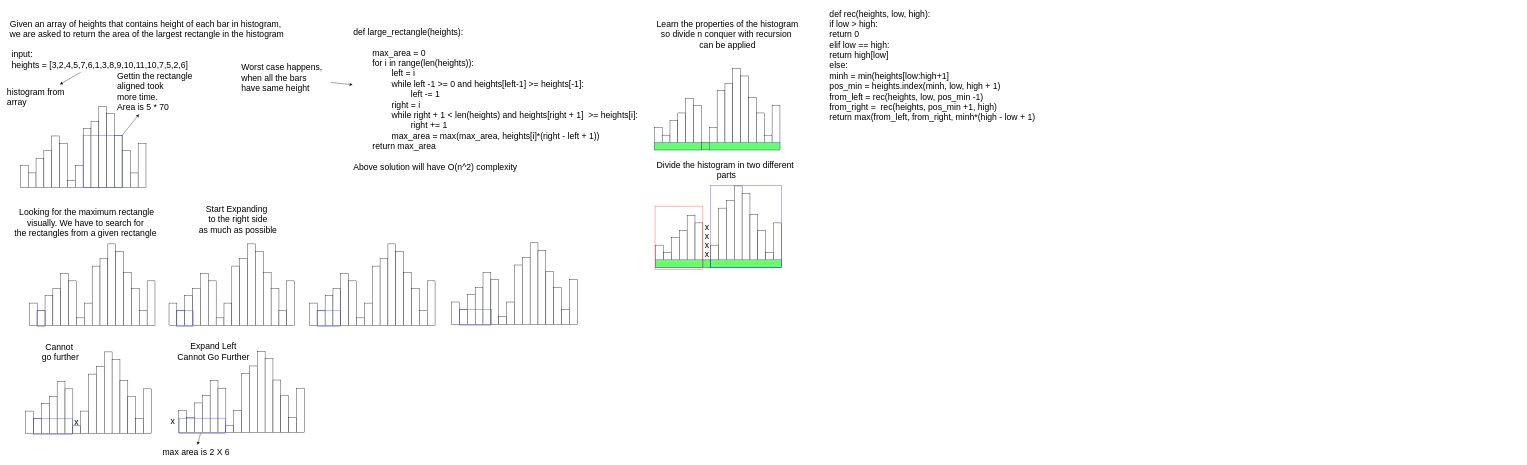
Earlier version of the draw.io diagram visualising_code/visualising_lrgRec_histogram.dio (Kamalabot/HowCompetitive). Source tidied: cells renumbered, new cells numbered last; positions are measured from the earlier drawing's top-left corner, leaving out a move shared by most shapes. Both pictures are drawn from the tidied source at 36%, with x=0, y=0 at pixel (6, 6).
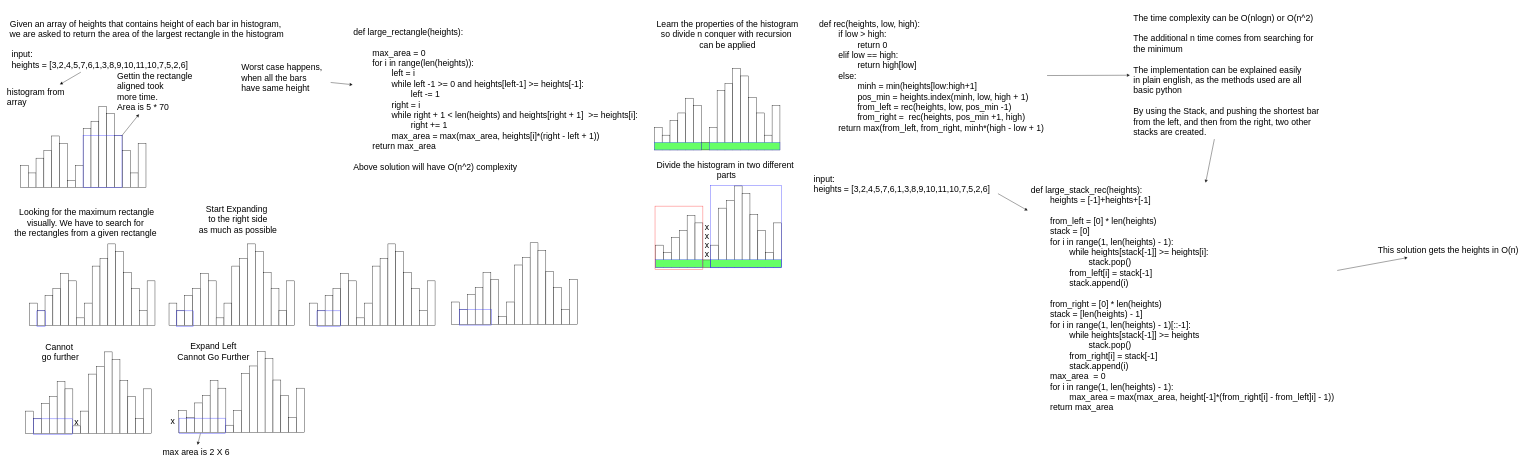
After the change.

Commit message:
completed 10 probs

Change to the diagram source:
```diff
@@
+    <mxCell id="192" style="edgeStyle=none;html=1;" parent="1" edge="1" source="191" target="194">
+      <mxGeometry relative="1" as="geometry" />
+    </mxCell>
-    <mxCell id="191" value="&lt;div style=&quot;text-align: left;&quot;&gt;&lt;span style=&quot;background-color: initial;&quot;&gt;def rec(heights, low, high):&lt;/span&gt;&lt;/div&gt;&lt;div style=&quot;text-align: left;&quot;&gt;&lt;span style=&quot;background-color: initial;&quot;&gt;&lt;span style=&quot;&quot;&gt;&#9;&lt;/span&gt;if low &amp;gt; high:&lt;/span&gt;&lt;/div&gt;&lt;div style=&quot;text-align: left;&quot;&gt;&lt;span style=&quot;background-color: initial;&quot;&gt;&lt;span style=&quot;&quot;&gt;&#9;&lt;/span&gt;&lt;span style=&quot;&quot;&gt;&#9;&lt;/span&gt;return 0&lt;br&gt;&lt;/span&gt;&lt;/div&gt;&lt;div style=&quot;text-align: left;&quot;&gt;&lt;span style=&quot;background-color: initial;&quot;&gt;&lt;span style=&quot;&quot;&gt;&#9;&lt;/span&gt;elif low == high:&lt;br&gt;&lt;/span&gt;&lt;/div&gt;&lt;div style=&quot;text-align: left;&quot;&gt;&lt;span style=&quot;background-color: initial;&quot;&gt;&lt;span style=&quot;&quot;&gt;&#9;&lt;/span&gt;&lt;span style=&quot;&quot;&gt;&#9;&lt;/span&gt;return high[low]&lt;br&gt;&lt;/span&gt;&lt;/div&gt;&lt;div style=&quot;text-align: left;&quot;&gt;&lt;span style=&quot;background-color: initial;&quot;&gt;&lt;span style=&quot;&quot;&gt;&#9;&lt;/span&gt;else:&lt;br&gt;&lt;/span&gt;&lt;/div&gt;&lt;div style=&quot;text-align: left;&quot;&gt;&lt;span style=&quot;background-color: initial;&quot;&gt;&lt;span style=&quot;&quot;&gt;&#9;&lt;/span&gt;&lt;span style=&quot;&quot;&gt;&#9;&lt;/span&gt;minh = min(heights[low:high+1]&lt;br&gt;&lt;/span&gt;&lt;/div&gt;&lt;div style=&quot;text-align: left;&quot;&gt;&lt;span style=&quot;background-color: initial;&quot;&gt;&lt;span style=&quot;&quot;&gt;&#9;&lt;/span&gt;&lt;span style=&quot;&quot;&gt;&#9;&lt;/span&gt;pos_min = heights.index(minh, low, high + 1)&lt;br&gt;&lt;/span&gt;&lt;/div&gt;&lt;div style=&quot;text-align: left;&quot;&gt;&lt;span style=&quot;background-color: initial;&quot;&gt;&lt;span style=&quot;&quot;&gt;&#9;&lt;/span&gt;&lt;span style=&quot;&quot;&gt;&#9;&lt;/span&gt;from_left = rec(heights, low, pos_min -1)&lt;br&gt;&lt;/span&gt;&lt;/div&gt;&lt;div style=&quot;text-align: left;&quot;&gt;&lt;span style=&quot;border-color: var(--border-color);&quot;&gt;&#9;&lt;/span&gt;&lt;span style=&quot;border-color: var(--border-color);&quot;&gt;&#9;&lt;/span&gt;from_right =&amp;nbsp; rec(heights, pos_min +1, high)&lt;span style=&quot;background-color: initial;&quot;&gt;&lt;br&gt;&lt;/span&gt;&lt;/div&gt;&lt;div style=&quot;text-align: left;&quot;&gt;&lt;span style=&quot;background-color: initial;&quot;&gt;return max(from_left, from_right, minh*(high - low + 1)&lt;/span&gt;&lt;/div&gt;" style="text;html=1;align=center;verticalAlign=middle;points=[];strokeColor=none;fillColor=none;fontSize=24;" parent="1" vertex="1">
-      <mxGeometry x="2277" width="590" height="329" as="geometry" />
+    <mxCell id="191" value="&lt;div style=&quot;text-align: left;&quot;&gt;&lt;span style=&quot;background-color: initial;&quot;&gt;def rec(heights, low, high):&lt;/span&gt;&lt;/div&gt;&lt;div style=&quot;text-align: left;&quot;&gt;&lt;span style=&quot;background-color: initial;&quot;&gt;&lt;span style=&quot;&quot;&gt;&#9;&lt;/span&gt;&lt;span style=&quot;white-space: pre;&quot;&gt;&#9;&lt;/span&gt;if low &amp;gt; high:&lt;/span&gt;&lt;/div&gt;&lt;div style=&quot;text-align: left;&quot;&gt;&lt;span style=&quot;background-color: initial;&quot;&gt;&lt;span style=&quot;&quot;&gt;&#9;&lt;/span&gt;&lt;span style=&quot;&quot;&gt;&#9;&lt;/span&gt;&lt;span style=&quot;white-space: pre;&quot;&gt;&#9;&lt;/span&gt;&lt;span style=&quot;white-space: pre;&quot;&gt;&#9;&lt;/span&gt;return&amp;nbsp;0&lt;br&gt;&lt;/span&gt;&lt;/div&gt;&lt;div style=&quot;text-align: left;&quot;&gt;&lt;span style=&quot;background-color: initial;&quot;&gt;&lt;span style=&quot;&quot;&gt;&#9;&lt;/span&gt;&lt;span style=&quot;white-space: pre;&quot;&gt;&#9;&lt;/span&gt;elif low == high:&lt;br&gt;&lt;/span&gt;&lt;/div&gt;&lt;div style=&quot;text-align: left;&quot;&gt;&lt;span style=&quot;background-color: initial;&quot;&gt;&lt;span style=&quot;&quot;&gt;&#9;&lt;/span&gt;&lt;span style=&quot;&quot;&gt;&#9;&lt;/span&gt;&lt;span style=&quot;white-space: pre;&quot;&gt;&#9;&lt;/span&gt;&lt;span style=&quot;white-space: pre;&quot;&gt;&#9;&lt;/span&gt;return high[low]&lt;br&gt;&lt;/span&gt;&lt;/div&gt;&lt;div style=&quot;text-align: left;&quot;&gt;&lt;span style=&quot;background-color: initial;&quot;&gt;&lt;span style=&quot;&quot;&gt;&#9;&lt;/span&gt;&lt;span style=&quot;white-space: pre;&quot;&gt;&#9;&lt;/span&gt;else:&lt;br&gt;&lt;/span&gt;&lt;/div&gt;&lt;div style=&quot;text-align: left;&quot;&gt;&lt;span style=&quot;background-color: initial;&quot;&gt;&lt;span style=&quot;&quot;&gt;&#9;&lt;/span&gt;&lt;span style=&quot;&quot;&gt;&#9;&lt;/span&gt;&lt;span style=&quot;white-space: pre;&quot;&gt;&#9;&lt;/span&gt;&lt;span style=&quot;white-space: pre;&quot;&gt;&#9;&lt;/span&gt;minh = min(heights[low:high+1]&lt;br&gt;&lt;/span&gt;&lt;/div&gt;&lt;div style=&quot;text-align: left;&quot;&gt;&lt;span style=&quot;background-color: initial;&quot;&gt;&lt;span style=&quot;&quot;&gt;&#9;&lt;/span&gt;&lt;span style=&quot;&quot;&gt;&#9;&lt;/span&gt;&lt;span style=&quot;white-space: pre;&quot;&gt;&#9;&lt;/span&gt;&lt;span style=&quot;white-space: pre;&quot;&gt;&#9;&lt;/span&gt;pos_min = heights.index(minh, low, high + 1)&lt;br&gt;&lt;/span&gt;&lt;/div&gt;&lt;div style=&quot;text-align: left;&quot;&gt;&lt;span style=&quot;background-color: initial;&quot;&gt;&lt;span style=&quot;&quot;&gt;&#9;&lt;/span&gt;&lt;span style=&quot;&quot;&gt;&#9;&lt;/span&gt;&lt;span style=&quot;white-space: pre;&quot;&gt;&#9;&lt;/span&gt;&lt;span style=&quot;white-space: pre;&quot;&gt;&#9;&lt;/span&gt;from_left = rec(heights, low, pos_min -1)&lt;br&gt;&lt;/span&gt;&lt;/div&gt;&lt;div style=&quot;text-align: left;&quot;&gt;&lt;span style=&quot;border-color: var(--border-color);&quot;&gt;&#9;&lt;/span&gt;&lt;span style=&quot;border-color: var(--border-color);&quot;&gt;&#9;&lt;/span&gt;&lt;span style=&quot;white-space: pre;&quot;&gt;&#9;&lt;/span&gt;&lt;span style=&quot;white-space: pre;&quot;&gt;&#9;&lt;/span&gt;from_right =&amp;nbsp; rec(heights, pos_min +1, high)&lt;span style=&quot;background-color: initial;&quot;&gt;&lt;br&gt;&lt;/span&gt;&lt;/div&gt;&lt;div style=&quot;text-align: left;&quot;&gt;&lt;span style=&quot;background-color: initial;&quot;&gt;&lt;span style=&quot;white-space: pre;&quot;&gt;&#9;&lt;/span&gt;return max(from_left, from_right, minh*(high - low + 1)&lt;/span&gt;&lt;/div&gt;" style="text;html=1;align=center;verticalAlign=middle;points=[];strokeColor=none;fillColor=none;fontSize=24;" parent="1" vertex="1">
+      <mxGeometry x="2248" y="29" width="643" height="329" as="geometry" />
     </mxCell>
+    <mxCell id="193" style="edgeStyle=none;html=1;" parent="1" edge="1" source="194" target="196">
+      <mxGeometry relative="1" as="geometry" />
+    </mxCell>
+    <mxCell id="194" value="&lt;div style=&quot;text-align: left;&quot;&gt;The time complexity can be O(nlogn) or O(n^2)&lt;/div&gt;&lt;div style=&quot;text-align: left;&quot;&gt;&lt;br&gt;&lt;/div&gt;&lt;div style=&quot;text-align: left;&quot;&gt;The additional n time comes from searching for&amp;nbsp;&lt;/div&gt;&lt;div style=&quot;text-align: left;&quot;&gt;the minimum&lt;/div&gt;&lt;div style=&quot;text-align: left;&quot;&gt;&lt;br&gt;&lt;/div&gt;&lt;div style=&quot;text-align: left;&quot;&gt;The implementation can be explained easily&amp;nbsp;&lt;/div&gt;&lt;div style=&quot;text-align: left;&quot;&gt;in plain english, as the methods used are all&amp;nbsp;&lt;/div&gt;&lt;div style=&quot;text-align: left;&quot;&gt;basic python&amp;nbsp;&lt;/div&gt;&lt;div style=&quot;text-align: left;&quot;&gt;&lt;br&gt;&lt;/div&gt;&lt;div style=&quot;text-align: left;&quot;&gt;By using the Stack, and pushing the shortest bar&amp;nbsp;&lt;/div&gt;&lt;div style=&quot;text-align: left;&quot;&gt;from the left, and then from the right, two other&amp;nbsp;&lt;/div&gt;&lt;div style=&quot;text-align: left;&quot;&gt;stacks are created.&lt;/div&gt;" style="text;html=1;align=center;verticalAlign=middle;points=[];strokeColor=none;fillColor=none;fontSize=24;" parent="1" vertex="1">
+      <mxGeometry x="3121" y="12" width="541" height="357" as="geometry" />
+    </mxCell>
+    <mxCell id="195" style="edgeStyle=none;html=1;" parent="1" edge="1" source="196" target="199">
+      <mxGeometry relative="1" as="geometry" />
+    </mxCell>
+    <mxCell id="196" value="&lt;div style=&quot;text-align: left;&quot;&gt;def large_stack_rec(heights):&lt;/div&gt;&lt;div style=&quot;text-align: left;&quot;&gt;&lt;span style=&quot;background-color: initial; white-space-collapse: preserve;&quot;&gt;&#9;&lt;/span&gt;&lt;span style=&quot;background-color: initial;&quot;&gt;heights = [-1]+heights+[-1]&lt;/span&gt;&lt;br&gt;&lt;/div&gt;&lt;div style=&quot;text-align: left;&quot;&gt;&lt;br&gt;&lt;/div&gt;&lt;div style=&quot;text-align: left;&quot;&gt;&lt;span style=&quot;white-space: pre;&quot;&gt;&#9;&lt;/span&gt;from_left = [0] * len(heights)&lt;br&gt;&lt;/div&gt;&lt;div style=&quot;text-align: left;&quot;&gt;&lt;span style=&quot;white-space: pre;&quot;&gt;&#9;&lt;/span&gt;stack = [0]&amp;nbsp;&lt;/div&gt;&lt;div style=&quot;text-align: left;&quot;&gt;&lt;span style=&quot;white-space: pre;&quot;&gt;&#9;&lt;/span&gt;for i in range(1, len(heights) - 1):&lt;/div&gt;&lt;div style=&quot;text-align: left;&quot;&gt;&lt;span style=&quot;white-space: pre;&quot;&gt;&#9;&lt;/span&gt;&lt;span style=&quot;white-space: pre;&quot;&gt;&#9;&lt;/span&gt;while heights[stack[-1]] &amp;gt;= heights[i]:&lt;br&gt;&lt;/div&gt;&lt;div style=&quot;text-align: left;&quot;&gt;&lt;span style=&quot;white-space: pre;&quot;&gt;&#9;&lt;/span&gt;&lt;span style=&quot;white-space: pre;&quot;&gt;&#9;&lt;/span&gt;&lt;span style=&quot;white-space: pre;&quot;&gt;&#9;&lt;/span&gt;stack.pop()&lt;br&gt;&lt;/div&gt;&lt;div style=&quot;text-align: left;&quot;&gt;&lt;span style=&quot;white-space: pre;&quot;&gt;&#9;&lt;/span&gt;&lt;span style=&quot;white-space: pre;&quot;&gt;&#9;&lt;/span&gt;from_left[i] = stack[-1]&lt;br&gt;&lt;/div&gt;&lt;div style=&quot;text-align: left;&quot;&gt;&lt;span style=&quot;white-space: pre;&quot;&gt;&#9;&lt;/span&gt;&lt;span style=&quot;white-space: pre;&quot;&gt;&#9;&lt;/span&gt;stack.append(i)&lt;br&gt;&lt;/div&gt;&lt;div style=&quot;text-align: left;&quot;&gt;&lt;span style=&quot;white-space: pre;&quot;&gt;&#9;&lt;/span&gt;&lt;br&gt;&lt;/div&gt;&lt;div style=&quot;text-align: left;&quot;&gt;&lt;span style=&quot;white-space: pre;&quot;&gt;&#9;&lt;/span&gt;from_right = [0] * len(heights)&lt;br&gt;&lt;/div&gt;&lt;div style=&quot;text-align: left;&quot;&gt;&lt;span style=&quot;white-space: pre;&quot;&gt;&#9;&lt;/span&gt;stack = [len(heights) - 1]&lt;br&gt;&lt;/div&gt;&lt;div style=&quot;text-align: left;&quot;&gt;&lt;span style=&quot;white-space: pre;&quot;&gt;&#9;&lt;/span&gt;for i in range(1, len(heights) - 1)[::-1]:&lt;br&gt;&lt;/div&gt;&lt;div style=&quot;text-align: left;&quot;&gt;&lt;span style=&quot;white-space: pre;&quot;&gt;&#9;&lt;/span&gt;&lt;span style=&quot;white-space: pre;&quot;&gt;&#9;&lt;/span&gt;while heights[stack[-1]] &amp;gt;= heights&lt;br&gt;&lt;/div&gt;&lt;div style=&quot;text-align: left;&quot;&gt;&lt;span style=&quot;white-space: pre;&quot;&gt;&#9;&lt;/span&gt;&lt;span style=&quot;white-space: pre;&quot;&gt;&#9;&lt;/span&gt;&lt;span style=&quot;white-space: pre;&quot;&gt;&#9;&lt;/span&gt;stack.pop()&lt;br&gt;&lt;/div&gt;&lt;div style=&quot;text-align: left;&quot;&gt;&lt;span style=&quot;white-space: pre;&quot;&gt;&#9;&lt;/span&gt;&lt;span style=&quot;white-space: pre;&quot;&gt;&#9;&lt;/span&gt;from_right[i] = stack[-1]&lt;br&gt;&lt;/div&gt;&lt;div style=&quot;text-align: left;&quot;&gt;&lt;span style=&quot;white-space: pre;&quot;&gt;&#9;&lt;/span&gt;&lt;span style=&quot;white-space: pre;&quot;&gt;&#9;&lt;/span&gt;stack.append(i)&lt;br&gt;&lt;/div&gt;&lt;div style=&quot;text-align: left;&quot;&gt;&lt;span style=&quot;white-space: pre;&quot;&gt;&#9;&lt;/span&gt;max_area&amp;nbsp; = 0&lt;br&gt;&lt;/div&gt;&lt;div style=&quot;text-align: left;&quot;&gt;&lt;span style=&quot;white-space: pre;&quot;&gt;&#9;&lt;/span&gt;for i in range(1, len(heights) - 1):&lt;br&gt;&lt;/div&gt;&lt;div style=&quot;text-align: left;&quot;&gt;&lt;span style=&quot;white-space: pre;&quot;&gt;&#9;&lt;/span&gt;&lt;span style=&quot;white-space: pre;&quot;&gt;&#9;&lt;/span&gt;max_area = max(max_area, height[-1]*(from_right[i] - from_left]i] - 1))&lt;br&gt;&lt;/div&gt;&lt;div style=&quot;text-align: left;&quot;&gt;&lt;span style=&quot;white-space: pre;&quot;&gt;&#9;&lt;/span&gt;return max_area&lt;br&gt;&lt;/div&gt;" style="text;html=1;align=center;verticalAlign=middle;points=[];strokeColor=none;fillColor=none;fontSize=24;" parent="1" vertex="1">
+      <mxGeometry x="2837" y="490" width="860" height="645" as="geometry" />
+    </mxCell>
+    <mxCell id="197" style="edgeStyle=none;html=1;exitX=1.011;exitY=0.876;exitDx=0;exitDy=0;exitPerimeter=0;" parent="1" edge="1" source="198" target="196">
+      <mxGeometry relative="1" as="geometry" />
+    </mxCell>
+    <mxCell id="198" value="input:&amp;nbsp;&lt;br&gt;heights = [3,2,4,5,7,6,1,3,8,9,10,11,10,7,5,2,6]" style="text;html=1;align=left;verticalAlign=middle;points=[];strokeColor=none;fillColor=none;fontSize=24;" parent="1" vertex="1">
+      <mxGeometry x="2241" y="459" width="508" height="70" as="geometry" />
+    </mxCell>
+    <mxCell id="199" value="&lt;div style=&quot;text-align: left;&quot;&gt;This solution gets the heights in O(n)&lt;/div&gt;" style="text;html=1;align=center;verticalAlign=middle;points=[];strokeColor=none;fillColor=none;fontSize=24;" parent="1" vertex="1">
+      <mxGeometry x="3800" y="657" width="409" height="41" as="geometry" />
+    </mxCell>
```
